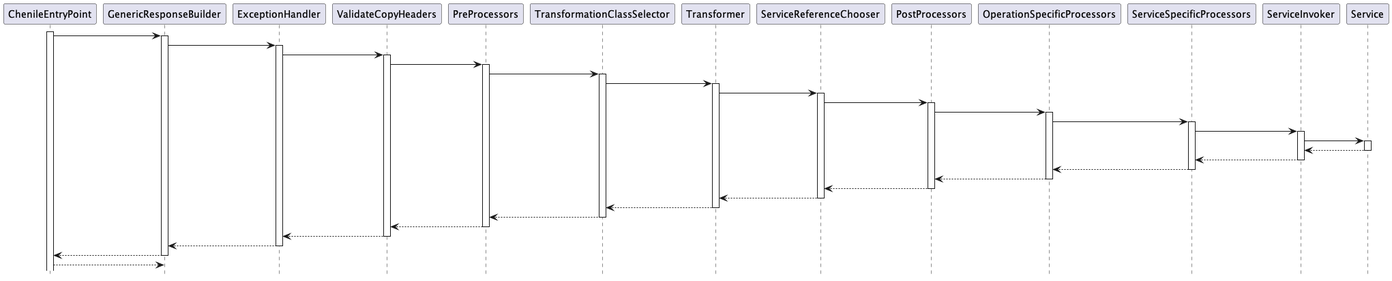
This is images/chenile/default-interceptor-chain.png from rajakolluru/cheniledocs.github.io, a PlantUML export, as it was before one commit.
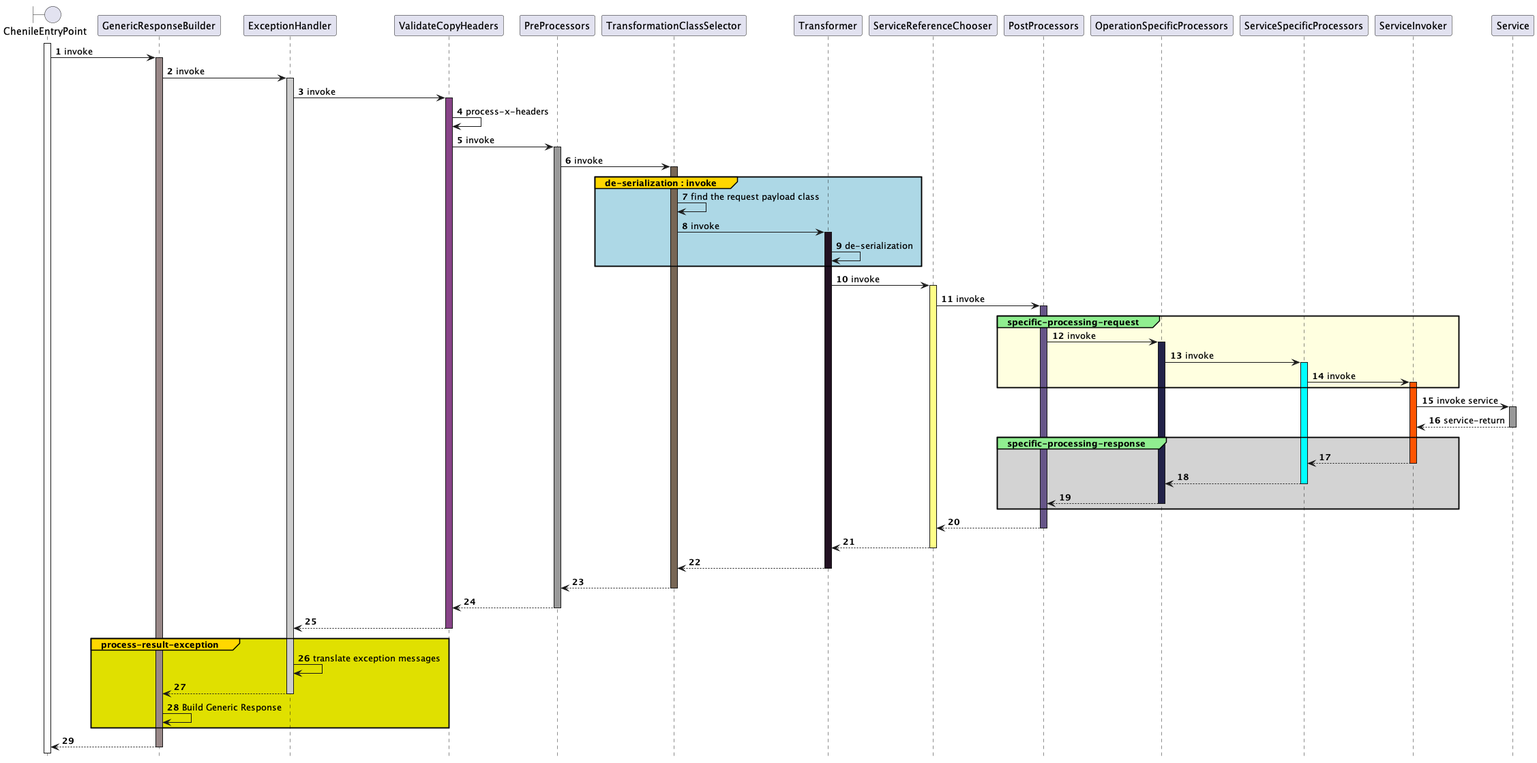
The same diagram one commit later.

Commit message:
sequence diagram for interceptor chain

Diff of the diagram source:
```diff
@@ -1,42 +1,51 @@
 @startuml
+skinparam{
+
+}
+boundary ChenileEntryPoint
+
 hide footbox
+autonumber
 activate ChenileEntryPoint
-ChenileEntryPoint -> GenericResponseBuilder
-activate GenericResponseBuilder
-GenericResponseBuilder -> ExceptionHandler
-activate ExceptionHandler
-ExceptionHandler -> ValidateCopyHeaders
-activate ValidateCopyHeaders
-ValidateCopyHeaders -> PreProcessors
-activate PreProcessors
-PreProcessors -> TransformationClassSelector
-activate TransformationClassSelector
-TransformationClassSelector -> Transformer
-activate Transformer
-Transformer -> ServiceReferenceChooser
-activate ServiceReferenceChooser
-ServiceReferenceChooser -> PostProcessors
-activate PostProcessors
-PostProcessors -> OperationSpecificProcessors
-activate OperationSpecificProcessors
-OperationSpecificProcessors -> ServiceSpecificProcessors
-activate ServiceSpecificProcessors
-ServiceSpecificProcessors -> ServiceInvoker
-activate ServiceInvoker
-ServiceInvoker -> Service
-activate Service
+ChenileEntryPoint  -> GenericResponseBuilder ++#998888 : invoke
+GenericResponseBuilder -> ExceptionHandler ++#cccccc : invoke
+ExceptionHandler -> ValidateCopyHeaders ++#884488 : invoke
+ValidateCopyHeaders -> ValidateCopyHeaders  : process-x-headers
+ValidateCopyHeaders -> PreProcessors ++#999999 : invoke
+PreProcessors -> TransformationClassSelector ++#776655 : invoke
+group#gold #LightBlue de-serialization : invoke
+TransformationClassSelector -> TransformationClassSelector : find the request payload class
+TransformationClassSelector -> Transformer ++#221122 : invoke
+Transformer -> Transformer : de-serialization
+end
+Transformer -> ServiceReferenceChooser ++#ffff88 : invoke
+ServiceReferenceChooser -> PostProcessors ++#665588 : invoke
+group#LightGreen #LightYellow specific-processing-request
+PostProcessors -> OperationSpecificProcessors ++#222249 : invoke
+OperationSpecificProcessors -> ServiceSpecificProcessors ++#00ffff : invoke
+ServiceSpecificProcessors -> ServiceInvoker ++#ff5500 : invoke
+end
+{end} ServiceInvoker -> Service ++#999999 : invoke service
+
+
+return service-return
+group#LightGreen #LightGrey specific-processing-response
+return
+return
+return
+end
 return
 return
 return
 return
 return
 return
+group#Gold #e0e000 process-result-exception
+ExceptionHandler -> ExceptionHandler : translate exception messages
 return
-return
-return
-return
-return
-return
+GenericResponseBuilder -> GenericResponseBuilder  : Build Generic Response
+end
 return
 
+
 @enduml
```
